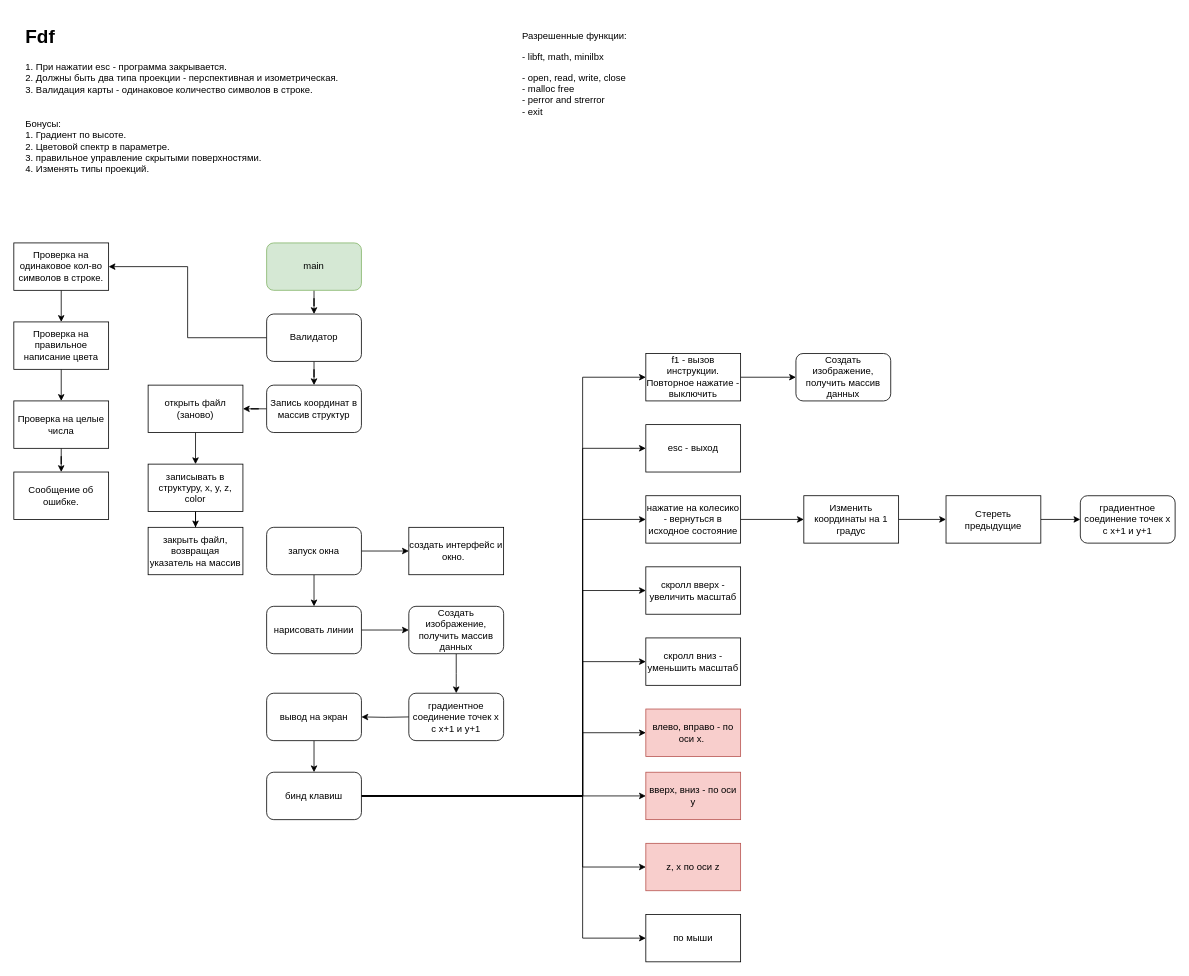
This is map.drawio from Yaroslew/Fdf, a draw.io file, before an edit. Source tidied: cells renumbered, new cells numbered last; positions are measured from the earlier drawing's top-left corner, leaving out a move shared by most shapes. Both pictures are drawn from the tidied source at 79%, with x=0, y=0 at pixel (13, 13).
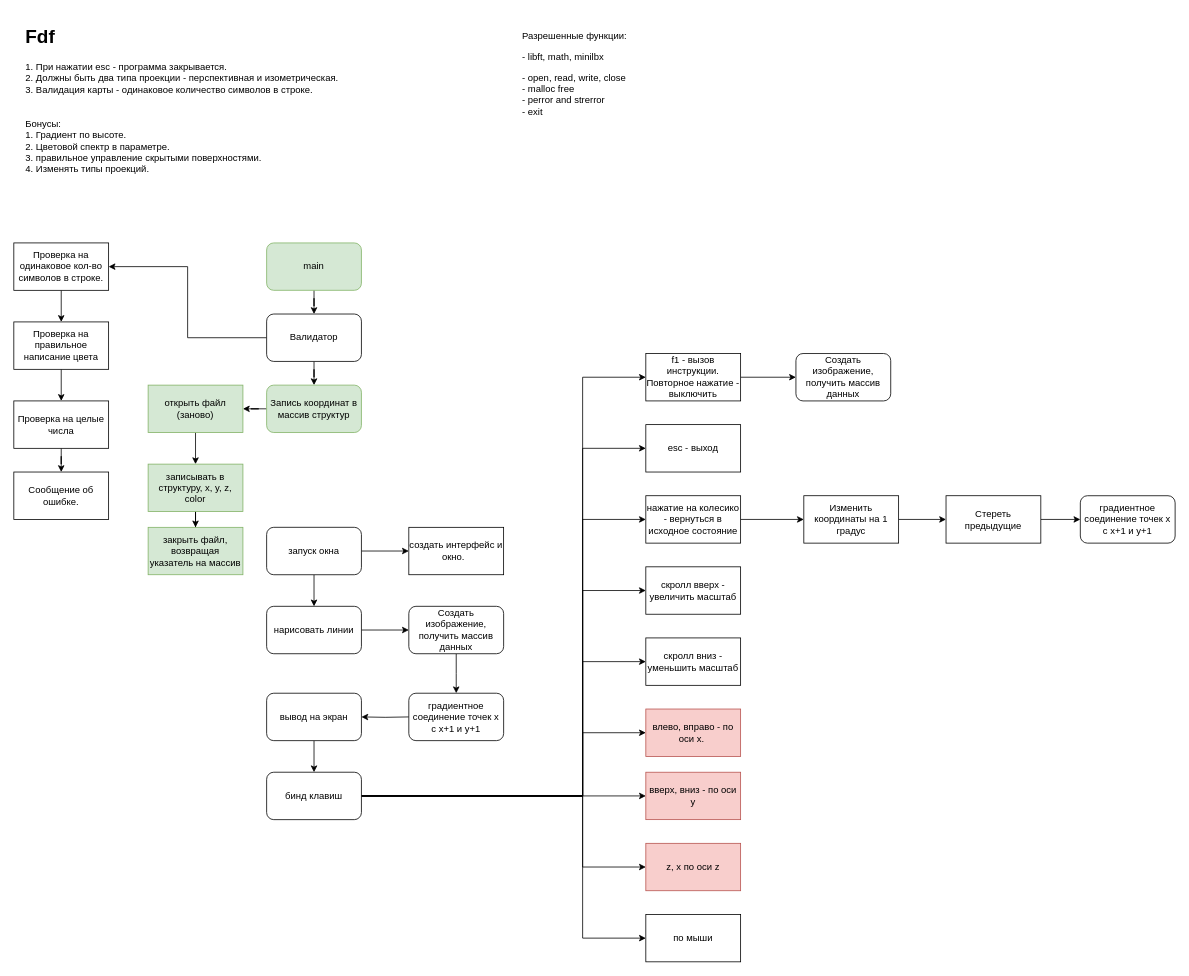
Above is the later version.

What changed in the source:
```diff
@@
-    <mxCell id="40" value="Запись координат в массив структур" style="rounded=1;whiteSpace=wrap;html=1;" parent="1" vertex="1">
+    <mxCell id="40" value="Запись координат в массив структур" style="rounded=1;whiteSpace=wrap;html=1;fillColor=#d5e8d4;strokeColor=#82b366;" parent="1" vertex="1">
       <mxGeometry x="320" y="470" width="120" height="60" as="geometry" />
     </mxCell>
@@
-    <mxCell id="42" value="открыть файл (заново)" style="rounded=0;whiteSpace=wrap;html=1;" parent="1" vertex="1">
+    <mxCell id="42" value="открыть файл (заново)" style="rounded=0;whiteSpace=wrap;html=1;fillColor=#d5e8d4;strokeColor=#82b366;" parent="1" vertex="1">
       <mxGeometry x="170" y="470" width="120" height="60" as="geometry" />
     </mxCell>
@@
-    <mxCell id="44" value="записывать в структуру, x, y, z, color" style="rounded=0;whiteSpace=wrap;html=1;" parent="1" vertex="1">
+    <mxCell id="44" value="записывать в структуру, x, y, z, color" style="rounded=0;whiteSpace=wrap;html=1;fillColor=#d5e8d4;strokeColor=#82b366;" parent="1" vertex="1">
       <mxGeometry x="170" y="570" width="120" height="60" as="geometry" />
     </mxCell>
-    <mxCell id="45" value="закрыть файл, возвращая указатель на массив" style="rounded=0;whiteSpace=wrap;html=1;" parent="1" vertex="1">
+    <mxCell id="45" value="закрыть файл, возвращая указатель на массив" style="rounded=0;whiteSpace=wrap;html=1;fillColor=#d5e8d4;strokeColor=#82b366;" parent="1" vertex="1">
       <mxGeometry x="170" y="650" width="120" height="60" as="geometry" />
     </mxCell>
```
